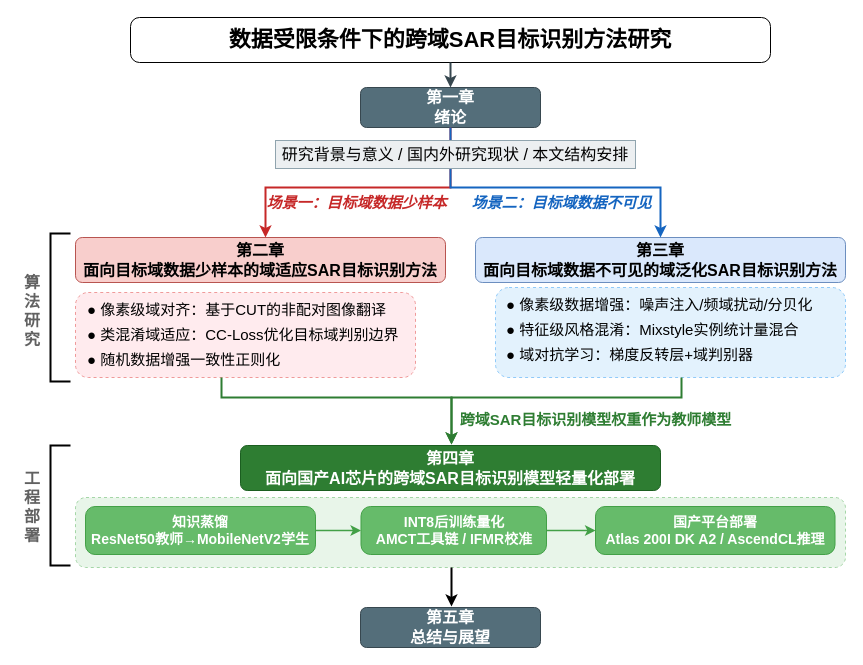
This is figures/论文结构图.drawio from swydefence/nudtpaper, a draw.io file, before an edit. Source tidied: cells renumbered, new cells numbered last; positions are measured from the earlier drawing's top-left corner, leaving out a move shared by most shapes. Both pictures are drawn from the tidied source at 100%, with x=0, y=0 at pixel (17, 17).
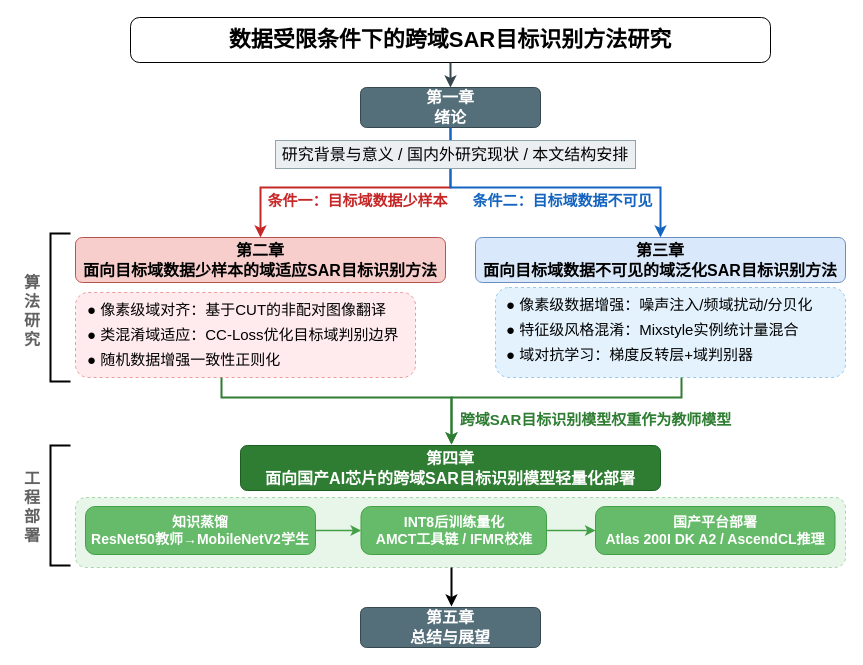
The same page after the edit.

Commit message (it also covers changes not shown here):
人工改了图和摘要

The change refers to these unchanged cells:
```xml
<mxCell id="3" value="&lt;font style=&quot;font-size: 16px;&quot;&gt;第一章&lt;br&gt;绪论&lt;/font&gt;" style="rounded=1;whiteSpace=wrap;html=1;fillColor=#546e7a;fontColor=#ffffff;strokeColor=#37474f;fontSize=12;fontStyle=1;arcSize=15;shadow=0;" parent="1" vertex="1">
  <mxGeometry x="343" y="70" width="180" height="40" as="geometry" />
</mxCell>
<mxCell id="7" value="&lt;font style=&quot;font-size: 16px;&quot;&gt;第二章&lt;br&gt;面向目标域数据少样本的域适应SAR目标识别方法&lt;/font&gt;" style="rounded=1;whiteSpace=wrap;html=1;fillColor=#f8cecc;strokeColor=#b85450;fontSize=11;fontStyle=1;arcSize=15;shadow=0;" parent="1" vertex="1">
  <mxGeometry x="58" y="220" width="370" height="45" as="geometry" />
</mxCell>
```

What changed in the source:
```diff
@@
-    <mxCell id="5" value="&lt;font style=&quot;font-size: 15px;&quot;&gt;场景一：目标域数据少样本&lt;/font&gt;" style="text;html=1;align=center;verticalAlign=middle;strokeColor=none;fillColor=none;fontSize=10;fontStyle=3;fontColor=#c62828;" parent="1" vertex="1">
-      <mxGeometry x="239" y="170" width="200" height="30" as="geometry" />
+    <mxCell id="5" value="&lt;font style=&quot;font-size: 15px; font-style: normal;&quot;&gt;条件一：目标域数据少样本&lt;/font&gt;" style="text;html=1;align=center;verticalAlign=middle;strokeColor=none;fillColor=none;fontSize=10;fontStyle=3;fontColor=#c62828;" parent="1" vertex="1">
+      <mxGeometry x="240" y="168" width="200" height="30" as="geometry" />
     </mxCell>
-    <mxCell id="6" value="&lt;font style=&quot;font-size: 15px;&quot;&gt;场景二：目标域数据不可见&lt;/font&gt;" style="text;html=1;align=center;verticalAlign=middle;strokeColor=none;fillColor=none;fontSize=10;fontStyle=3;fontColor=#1565c0;" parent="1" vertex="1">
-      <mxGeometry x="444" y="170" width="200" height="30" as="geometry" />
+    <mxCell id="6" value="&lt;font style=&quot;font-size: 15px; font-style: normal;&quot;&gt;条件二：目标域数据不可见&lt;/font&gt;" style="text;html=1;align=center;verticalAlign=middle;strokeColor=none;fillColor=none;fontSize=10;fontStyle=3;fontColor=#1565c0;" parent="1" vertex="1">
+      <mxGeometry x="445" y="168" width="200" height="30" as="geometry" />
     </mxCell>
@@
     <mxCell id="8" style="edgeStyle=orthogonalEdgeStyle;rounded=0;jettySize=auto;html=1;strokeColor=#c62828;strokeWidth=2;" parent="1" edge="1" source="3" target="7">
       <mxGeometry relative="1" as="geometry">
         <Array as="points">
           <mxPoint x="433" y="170" />
-          <mxPoint x="248" y="170" />
+          <mxPoint x="243" y="170" />
         </Array>
       </mxGeometry>
     </mxCell>
```
